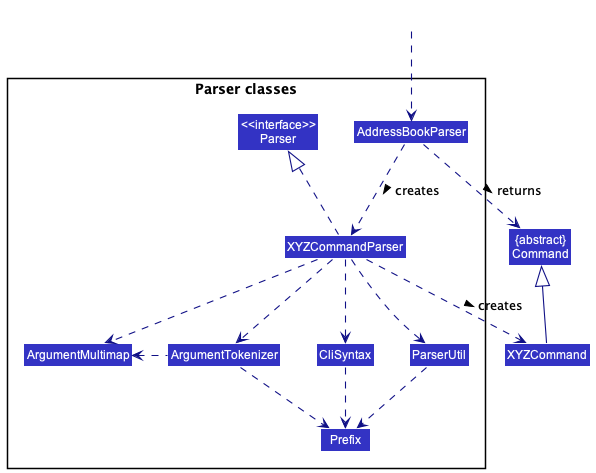
Before: docs/images/ParserClasses.png, a diagram exported from PlantUML (nus-cs2103-AY2223S1/tp). Source of this version:
```plantuml
@startuml
!include style.puml
skinparam arrowThickness 1.1
skinparam arrowColor LOGIC_COLOR_T4
skinparam classBackgroundColor LOGIC_COLOR

Class "{abstract}\nCommand" as Command
Class XYZCommand

package "Parser classes"{
Class "<<interface>>\nParser" as Parser
Class AddressBookParser
Class XYZCommandParser
Class CliSyntax
Class ParserUtil
Class ArgumentMultimap
Class ArgumentTokenizer
Class Prefix
}

Class HiddenOutside #FFFFFF
HiddenOutside ..> AddressBookParser

AddressBookParser .down.> XYZCommandParser: creates >

XYZCommandParser ..> XYZCommand : creates >
AddressBookParser ..> Command : returns >
XYZCommandParser .up.|> Parser
XYZCommandParser ..> ArgumentMultimap
XYZCommandParser ..> ArgumentTokenizer
ArgumentTokenizer .left.> ArgumentMultimap
XYZCommandParser ..> CliSyntax
CliSyntax ..> Prefix
XYZCommandParser ..> ParserUtil
ParserUtil .down.> Prefix
ArgumentTokenizer .down.> Prefix
XYZCommand -up-|> Command
@enduml
```
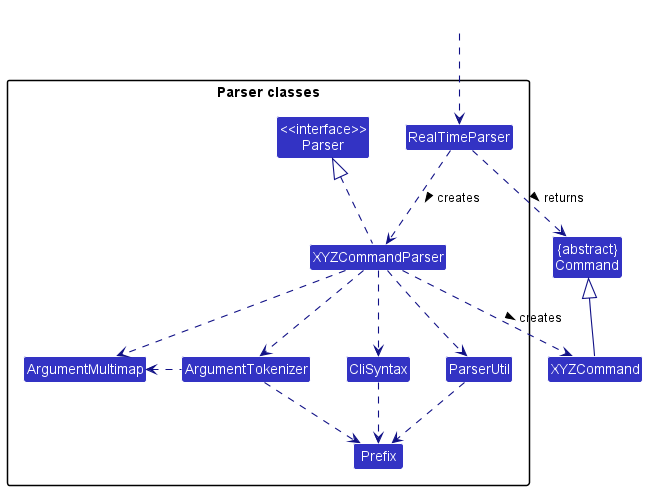
Later version of the same file.

The edit, as a diff of the source:
```diff
@@ -9,7 +9,7 @@
 
 package "Parser classes"{
 Class "<<interface>>\nParser" as Parser
-Class AddressBookParser
+Class RealTimeParser
 Class XYZCommandParser
 Class CliSyntax
 Class ParserUtil
@@ -19,12 +19,12 @@
 }
 
 Class HiddenOutside #FFFFFF
-HiddenOutside ..> AddressBookParser
+HiddenOutside ..> RealTimeParser
 
-AddressBookParser .down.> XYZCommandParser: creates >
+RealTimeParser .down.> XYZCommandParser: creates >
 
 XYZCommandParser ..> XYZCommand : creates >
-AddressBookParser ..> Command : returns >
+RealTimeParser ..> Command : returns >
 XYZCommandParser .up.|> Parser
 XYZCommandParser ..> ArgumentMultimap
 XYZCommandParser ..> ArgumentTokenizer
```
